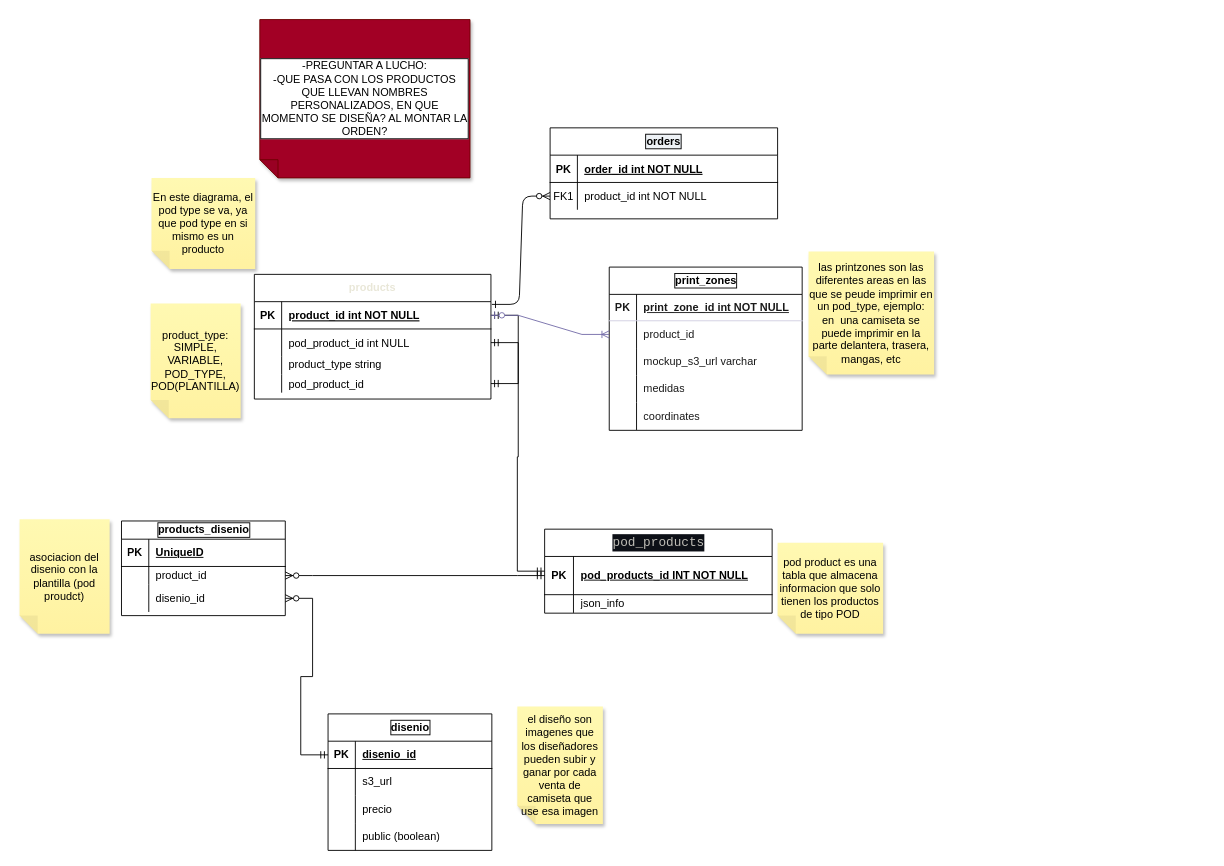
Earlier version of the draw.io diagram page "DER NUEVO" (2 of 8) of diagrams/MER-pod.drawio (jhaineymilevis/pod). Source tidied: cells renumbered, new cells numbered last; positions are measured from the earlier drawing's top-left corner, leaving out a move shared by most shapes. Both pictures are drawn from the tidied source at 91%, with x=0, y=0 at pixel (19, 19).
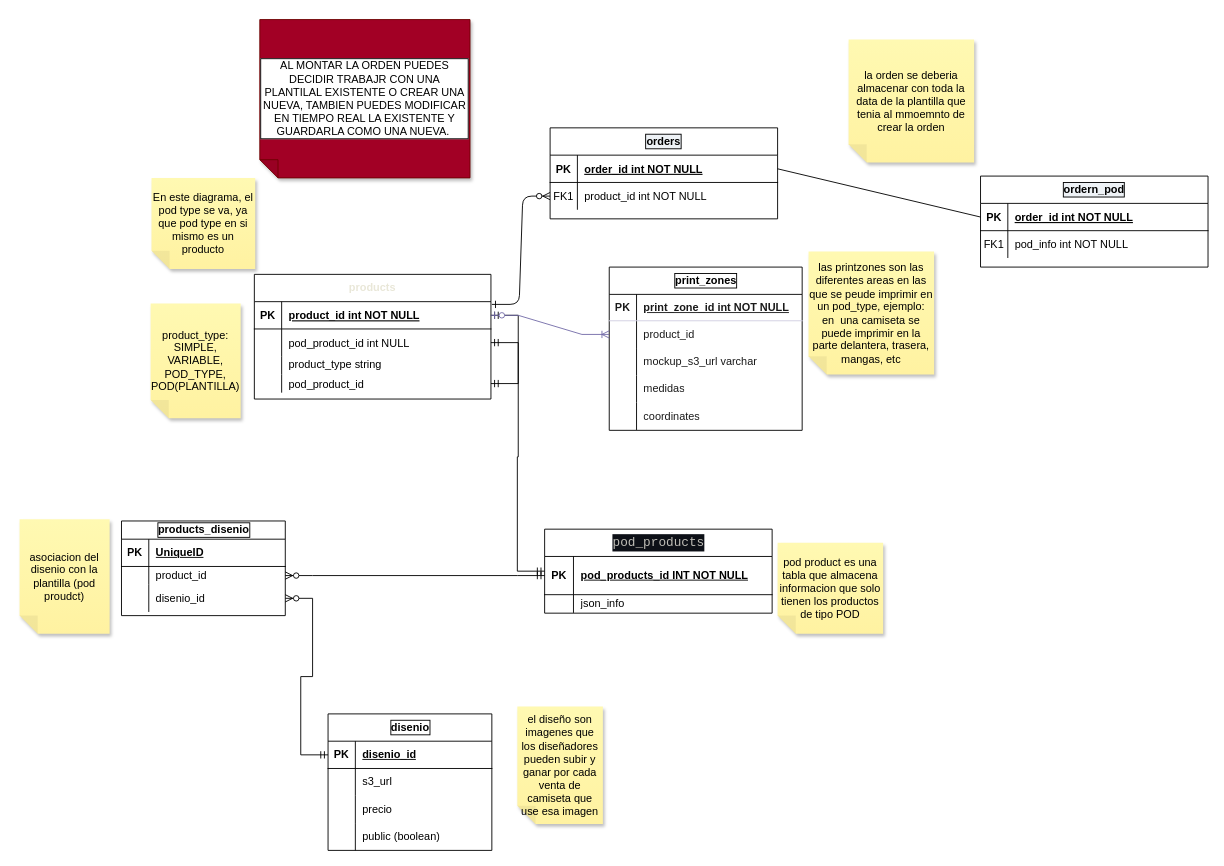
Above is the later version.

Unchanged cells that the change refers to:
```xml
<mxCell id="4" style="shape=partialRectangle;fillColor=none;points=[[0,0.5],[1,0.5]];portConstraint=eastwest;top=0;left=0;right=0;bottom=1;" parent="3" vertex="1">
  <mxGeometry y="30" width="250" height="30" as="geometry" />
</mxCell>
```

What changed in the source:
```diff
@@
-    <mxCell id="79" value="-PREGUNTAR A LUCHO:&lt;br&gt;-QUE PASA CON LOS PRODUCTOS QUE LLEVAN NOMBRES PERSONALIZADOS, EN QUE MOMENTO SE DISEÑA? AL MONTAR LA ORDEN?" style="shape=note;whiteSpace=wrap;html=1;backgroundOutline=1;darkOpacity=0.05;fillColor=#a20025;strokeColor=#6F0000;fillStyle=solid;direction=west;gradientDirection=north;shadow=1;size=20;fontColor=default;labelBackgroundColor=default;labelBorderColor=default;" parent="1" vertex="1">
+    <mxCell id="79" value="AL MONTAR LA ORDEN PUEDES DECIDIR TRABAJR CON UNA PLANTILAL EXISTENTE O CREAR UNA NUEVA, TAMBIEN PUEDES MODIFICAR EN TIEMPO REAL LA EXISTENTE Y GUARDARLA COMO UNA NUEVA.&amp;nbsp;" style="shape=note;whiteSpace=wrap;html=1;backgroundOutline=1;darkOpacity=0.05;fillColor=#a20025;strokeColor=#6F0000;fillStyle=solid;direction=west;gradientDirection=north;shadow=1;size=20;fontColor=default;labelBackgroundColor=default;labelBorderColor=default;" parent="1" vertex="1">
       <mxGeometry x="264" width="231" height="174" as="geometry" />
     </mxCell>
@@
+    <mxCell id="81" value="la orden se deberia almacenar con toda la data de la plantilla que tenia al mmoemnto de crear la orden" style="shape=note;whiteSpace=wrap;html=1;backgroundOutline=1;fontColor=#000000;darkOpacity=0.05;fillColor=#FFF9B2;strokeColor=none;fillStyle=solid;direction=west;gradientDirection=north;gradientColor=#FFF2A1;shadow=1;size=20;" parent="1" vertex="1">
+      <mxGeometry x="911" y="22" width="138" height="135" as="geometry" />
+    </mxCell>
+    <mxCell id="82" value="ordern_pod" style="shape=table;startSize=30;childLayout=tableLayout;rowLines=0;fontStyle=1;align=center;labelBackgroundColor=#eef2f6;labelBorderColor=default;whiteSpace=wrap;" parent="1" vertex="1">
+      <mxGeometry x="1056" y="172" width="250" height="100" as="geometry" />
+    </mxCell>
+    <mxCell id="83" style="shape=partialRectangle;fillColor=none;points=[[0,0.5],[1,0.5]];portConstraint=eastwest;top=0;left=0;right=0;bottom=1;" parent="82" vertex="1">
+      <mxGeometry y="30" width="250" height="30" as="geometry" />
+    </mxCell>
+    <mxCell id="84" value="PK" style="shape=partialRectangle;overflow=hidden;fillColor=none;top=0;left=0;bottom=0;right=0;fontStyle=1;" parent="83" vertex="1">
+      <mxGeometry width="30" height="30" as="geometry" />
+    </mxCell>
+    <mxCell id="85" value="order_id int NOT NULL " style="shape=partialRectangle;overflow=hidden;fillColor=none;top=0;left=0;bottom=0;right=0;align=left;spacingLeft=6;fontStyle=5;" parent="83" vertex="1">
+      <mxGeometry x="30" width="220" height="30" as="geometry" />
+    </mxCell>
+    <mxCell id="86" style="shape=partialRectangle;fillColor=none;top=0;left=0;right=0;bottom=0;" parent="82" vertex="1">
+      <mxGeometry y="60" width="250" height="30" as="geometry" />
+    </mxCell>
+    <mxCell id="87" value="FK1" style="shape=partialRectangle;overflow=hidden;fillColor=none;top=0;left=0;bottom=0;right=0;" parent="86" vertex="1">
+      <mxGeometry width="30" height="30" as="geometry" />
+    </mxCell>
+    <mxCell id="88" value="pod_info int NOT NULL" style="shape=partialRectangle;overflow=hidden;fillColor=none;top=0;left=0;bottom=0;right=0;align=left;spacingLeft=6;" parent="86" vertex="1">
+      <mxGeometry x="30" width="220" height="30" as="geometry" />
+    </mxCell>
+    <mxCell id="89" style="endArrow=none;html=1;rounded=0;entryX=0;entryY=0.5;entryDx=0;entryDy=0;exitX=1;exitY=0.5;exitDx=0;exitDy=0;" parent="1" edge="1" source="4" target="83">
+      <mxGeometry relative="1" as="geometry" />
+    </mxCell>
```
